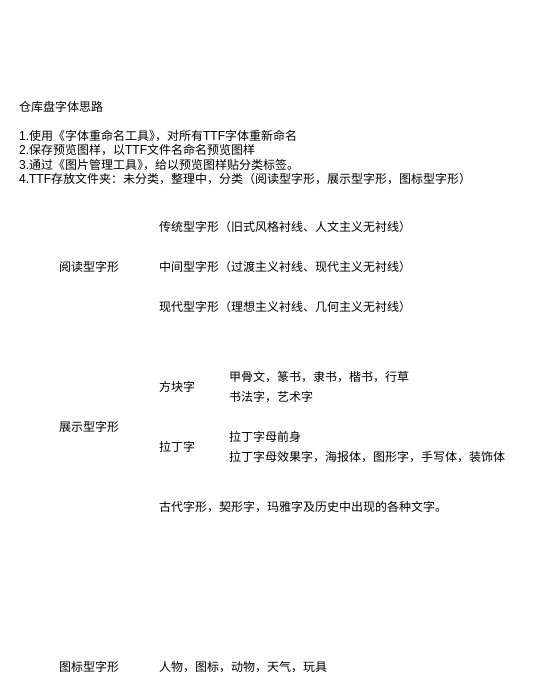
Earlier version of the draw.io diagram 字形分类.drawio (water0902/Draw.io). Source tidied: cells renumbered, new cells numbered last; positions are measured from the earlier drawing's top-left corner, leaving out a move shared by most shapes. Both pictures are drawn from the tidied source at 100%, with x=0, y=0 at pixel (17, 97).
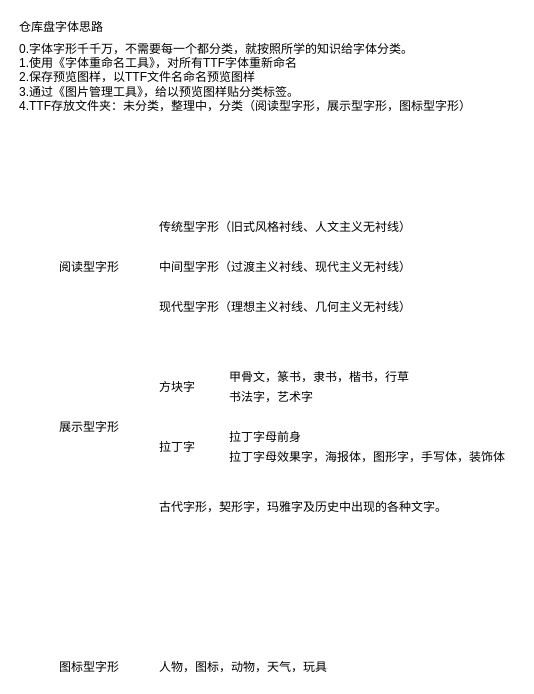
After the change.

Commit message:
更新字形分类.drawio

The edit, as a diff of the source:
```diff
@@
 <mxGraphModel>
   <root>
     <mxCell id="0" />
     <mxCell id="1" parent="0" />
     <mxCell id="2" value="仓库盘字体思路" style="text;html=1;align=left;verticalAlign=middle;fillColor=none;strokeColor=none;rounded=0;" parent="1" vertex="1">
-      <mxGeometry width="100" height="20" as="geometry" />
+      <mxGeometry y="-80" width="100" height="20" as="geometry" />
     </mxCell>
-    <mxCell id="3" value="1.使用《字体重命名工具》，对所有TTF字体重新命名&lt;br&gt;2.保存预览图样，以TTF文件名命名预览图样&lt;br&gt;3.通过《图片管理工具》，给以预览图样贴分类标签。&lt;br&gt;4.TTF存放文件夹：未分类，整理中，分类（阅读型字形，展示型字形，图标型字形）" style="text;html=1;align=left;verticalAlign=middle;fillColor=none;strokeColor=none;rounded=0;" parent="1" vertex="1">
-      <mxGeometry y="30" width="470" height="60" as="geometry" />
+    <mxCell id="3" value="0.字体字形千千万，不需要每一个都分类，就按照所学的知识给字体分类。&lt;br&gt;1.使用《字体重命名工具》，对所有TTF字体重新命名&lt;br&gt;2.保存预览图样，以TTF文件名命名预览图样&lt;br&gt;3.通过《图片管理工具》，给以预览图样贴分类标签。&lt;br&gt;4.TTF存放文件夹：未分类，整理中，分类（阅读型字形，展示型字形，图标型字形）" style="text;html=1;align=left;verticalAlign=middle;fillColor=none;strokeColor=none;rounded=0;" parent="1" vertex="1">
+      <mxGeometry y="-60" width="470" height="80" as="geometry" />
     </mxCell>
     <mxCell id="4" value="阅读型字形" style="text;html=1;align=left;verticalAlign=middle;fillColor=none;strokeColor=none;rounded=0;" parent="1" vertex="1">
       <mxGeometry x="40" y="160" width="80" height="20" as="geometry" />
     </mxCell>
     <mxCell id="5" value="展示型字形" style="text;html=1;align=left;verticalAlign=middle;fillColor=none;strokeColor=none;rounded=0;" parent="1" vertex="1">
       <mxGeometry x="40" y="320" width="80" height="20" as="geometry" />
     </mxCell>
     <mxCell id="6" value="图标型字形" style="text;html=1;align=left;verticalAlign=middle;fillColor=none;strokeColor=none;rounded=0;" parent="1" vertex="1">
       <mxGeometry x="40" y="560" width="80" height="20" as="geometry" />
     </mxCell>
     <mxCell id="7" value="传统型字形（旧式风格衬线、人文主义无衬线）" style="text;html=1;align=left;verticalAlign=middle;fillColor=none;strokeColor=none;rounded=0;" parent="1" vertex="1">
       <mxGeometry x="140" y="120" width="270" height="20" as="geometry" />
     </mxCell>
     <mxCell id="8" value="中间型字形（过渡主义衬线、现代主义无衬线）" style="text;html=1;align=left;verticalAlign=middle;fillColor=none;strokeColor=none;rounded=0;" parent="1" vertex="1">
       <mxGeometry x="140" y="160" width="270" height="20" as="geometry" />
     </mxCell>
     <mxCell id="9" value="现代型字形（理想主义衬线、几何主义无衬线）" style="text;html=1;align=left;verticalAlign=middle;fillColor=none;strokeColor=none;rounded=0;" parent="1" vertex="1">
       <mxGeometry x="140" y="200" width="270" height="20" as="geometry" />
     </mxCell>
     <mxCell id="10" value="方块字" style="text;html=1;align=left;verticalAlign=middle;fillColor=none;strokeColor=none;rounded=0;" parent="1" vertex="1">
       <mxGeometry x="140" y="280" width="50" height="20" as="geometry" />
     </mxCell>
     <mxCell id="11" value="拉丁字" style="text;html=1;align=left;verticalAlign=middle;fillColor=none;strokeColor=none;rounded=0;" parent="1" vertex="1">
       <mxGeometry x="140" y="340" width="50" height="20" as="geometry" />
     </mxCell>
     <mxCell id="12" value="甲骨文，篆书，隶书，楷书，行草" style="text;html=1;align=left;verticalAlign=middle;fillColor=none;strokeColor=none;rounded=0;" parent="1" vertex="1">
       <mxGeometry x="210" y="270" width="200" height="20" as="geometry" />
     </mxCell>
     <mxCell id="13" value="书法字，艺术字" style="text;html=1;align=left;verticalAlign=middle;fillColor=none;strokeColor=none;rounded=0;" parent="1" vertex="1">
       <mxGeometry x="210" y="290" width="100" height="20" as="geometry" />
     </mxCell>
     <mxCell id="14" value="拉丁字母前身" style="text;html=1;align=left;verticalAlign=middle;fillColor=none;strokeColor=none;rounded=0;" parent="1" vertex="1">
       <mxGeometry x="210" y="330" width="90" height="20" as="geometry" />
     </mxCell>
     <mxCell id="15" value="拉丁字母效果字，海报体，图形字，手写体，装饰体" style="text;html=1;align=left;verticalAlign=middle;fillColor=none;strokeColor=none;rounded=0;" parent="1" vertex="1">
       <mxGeometry x="210" y="350" width="290" height="20" as="geometry" />
     </mxCell>
     <mxCell id="16" value="古代字形，契形字，玛雅字及历史中出现的各种文字。" style="text;html=1;align=left;verticalAlign=middle;fillColor=none;strokeColor=none;rounded=0;" parent="1" vertex="1">
       <mxGeometry x="140" y="400" width="300" height="20" as="geometry" />
     </mxCell>
     <mxCell id="17" value="人物，图标，动物，天气，玩具" style="text;html=1;align=left;verticalAlign=middle;fillColor=none;strokeColor=none;rounded=0;" parent="1" vertex="1">
       <mxGeometry x="140" y="560" width="180" height="20" as="geometry" />
     </mxCell>
   </root>
 </mxGraphModel>
```
